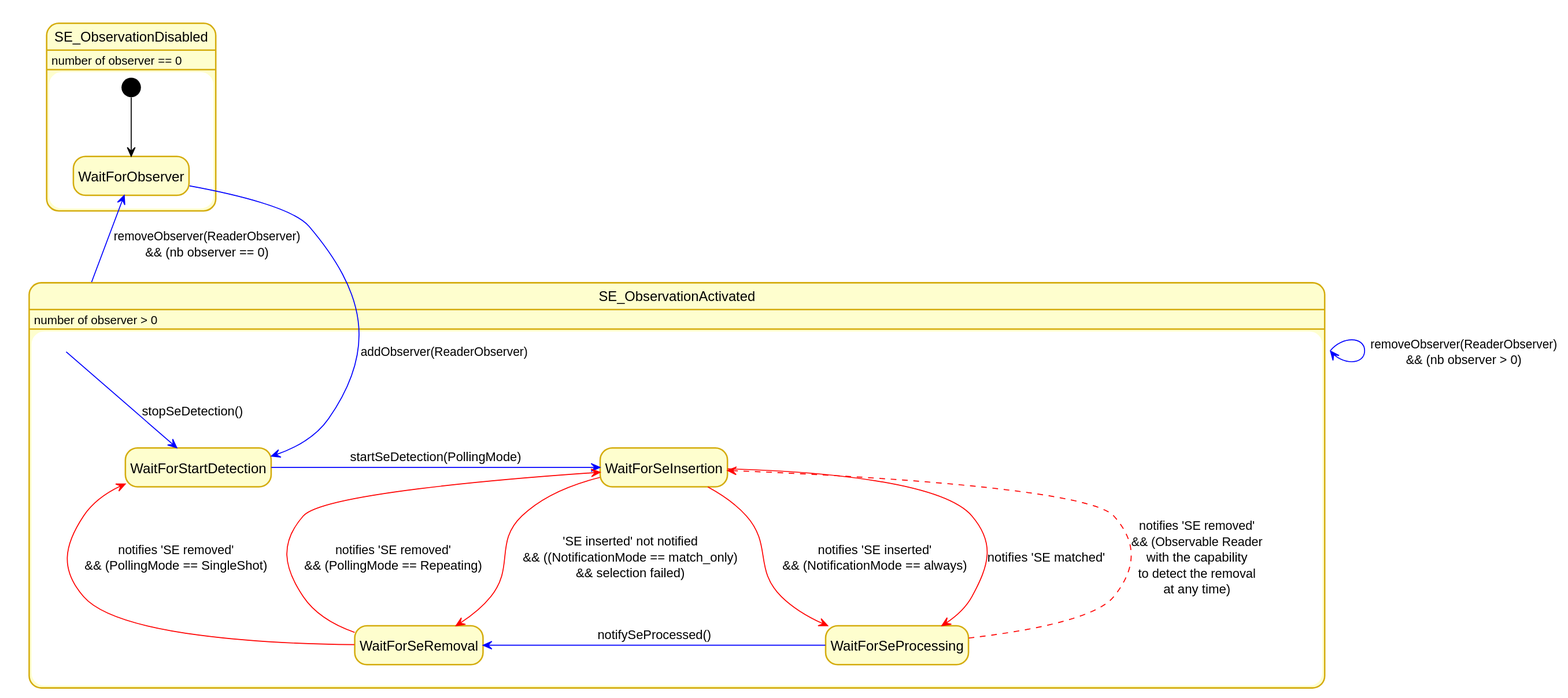
calypsonet/keyple keeps this PlantUML diagram as docs/KeypleCoreApi/ApplicationApi/img/KeypleCore_ApplicationApi_StateDiag_SE_Proxy_ObservableReaderStates.svg. Above is the earlier version.
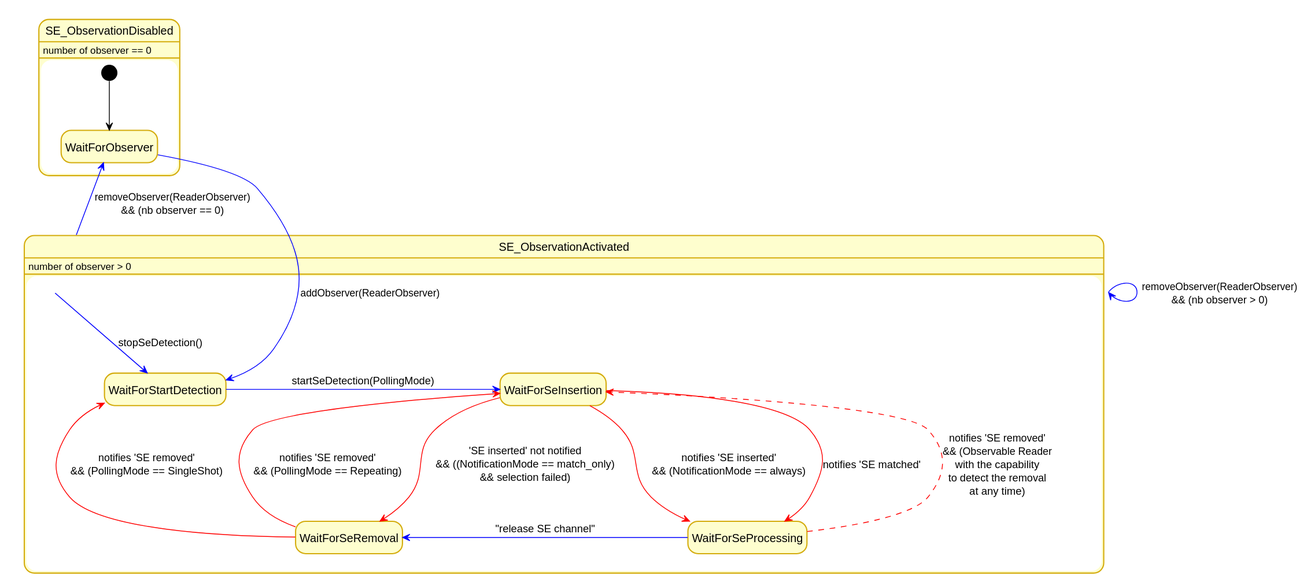
After the change.

Commit message:
SE channel release fixes

Diff of the diagram source:
```diff
@@ -40,7 +40,7 @@
 WaitForSeInsertion -down[#Red]-> WaitForSeProcessing : notifies 'SE inserted'\n&& (NotificationMode == always)
 WaitForSeInsertion -down[#Red]-> WaitForSeProcessing : notifies 'SE matched'
 WaitForSeInsertion -down[#Red]-> WaitForSeRemoval : 'SE inserted' not notified\n&& ((NotificationMode == match_only)\n&& selection failed)
-WaitForSeProcessing -left[#Blue]-> WaitForSeRemoval : notifySeProcessed()
+WaitForSeProcessing -left[#Blue]-> WaitForSeRemoval : "release SE channel"
 WaitForSeRemoval -up[#Red]-> WaitForSeInsertion : notifies 'SE removed'\n&& (PollingMode == Repeating)
 WaitForSeRemoval -up[#Red]-> WaitForStartDetection : notifies 'SE removed'\n&& (PollingMode == SingleShot)
 WaitForSeProcessing -[#Red,dashed]-> WaitForSeInsertion : notifies 'SE removed'\n&& (Observable Reader\nwith the capability\nto detect the removal\nat any time)
```
